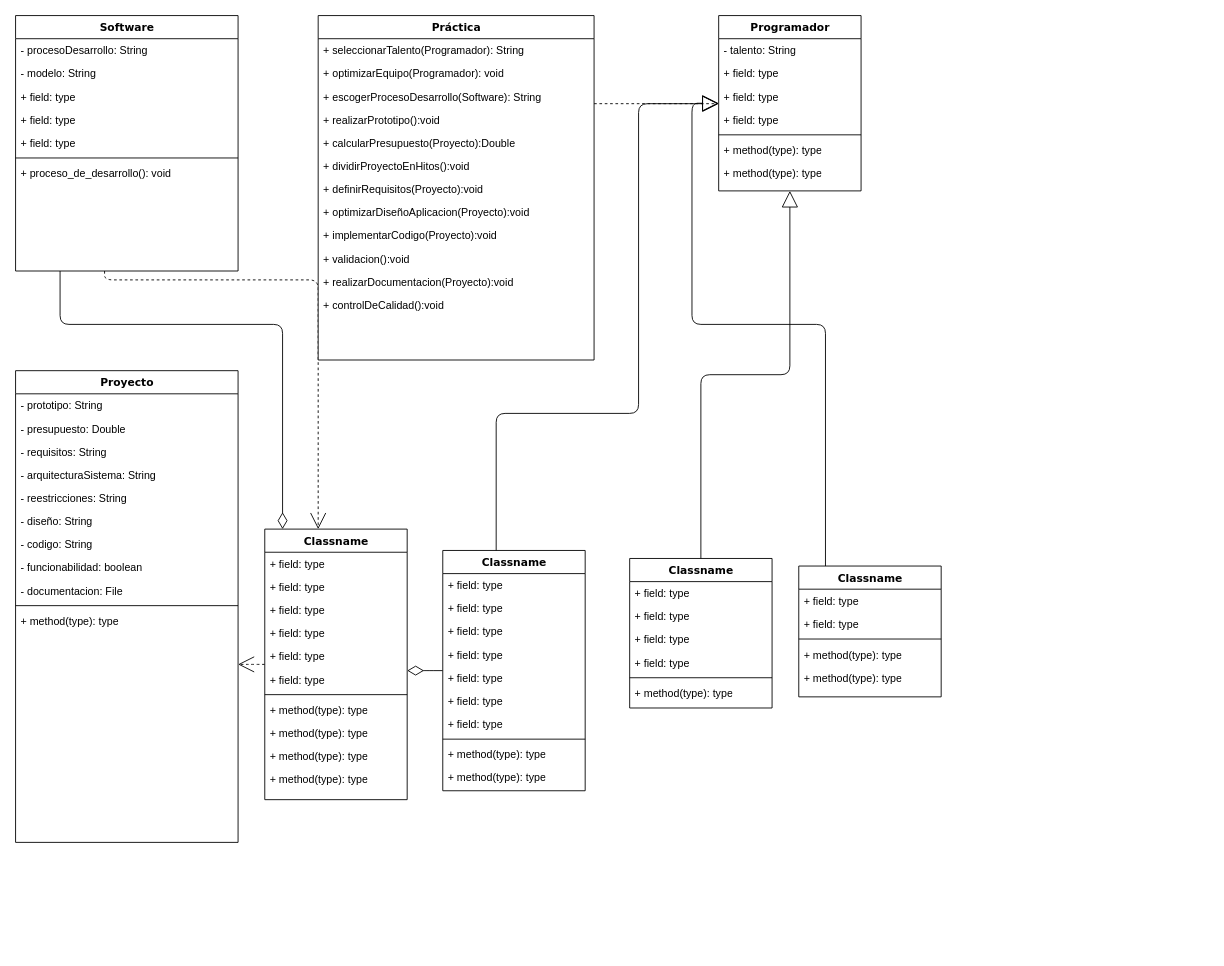
This is Untitled Diagram.drawio from NeutronBlast/IS-Ex, a draw.io file, before an edit. Source tidied: cells renumbered, new cells numbered last; positions are measured from the earlier drawing's top-left corner, leaving out a move shared by most shapes. Both pictures are drawn from the tidied source at 89%, with x=0, y=0 at pixel (15, 15).
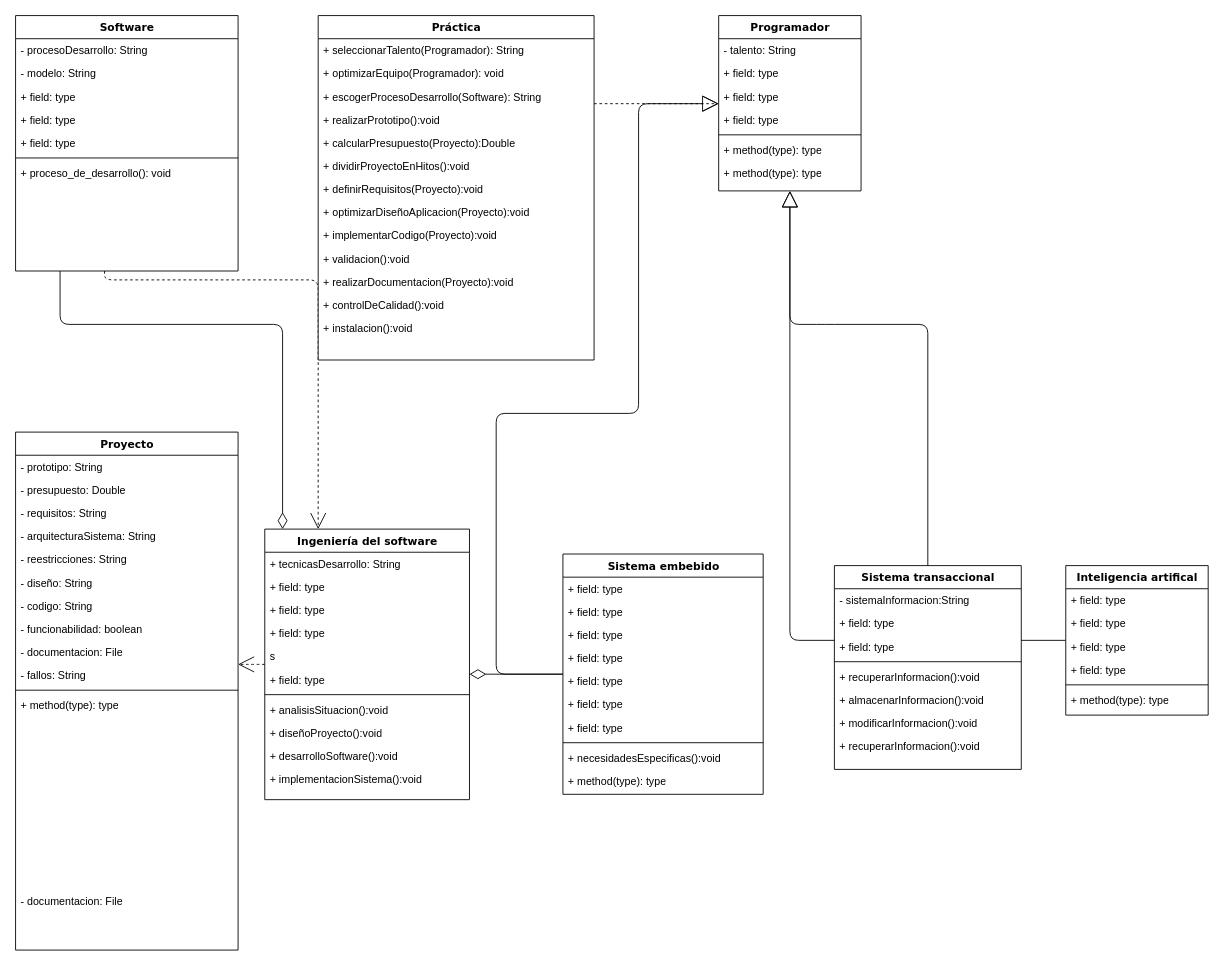
The same diagram, later.

The change refers to these unchanged cells:
```xml
<mxCell id="13" value="Práctica&lt;br&gt;" style="swimlane;html=1;fontStyle=1;align=center;verticalAlign=top;horizontal=1;startSize=26;swimlaneFillColor=#ffffff;rounded=0;shadow=0;comic=0;labelBackgroundColor=none;strokeColor=#000000;strokeWidth=1;fillColor=none;fontFamily=Verdana;fontSize=12;fontColor=#000000;" parent="1" vertex="1">
  <mxGeometry x="340" width="310" height="387" as="geometry" />
</mxCell>
```

Change to the diagram source:
```diff
@@
+    <mxCell id="87" value="+ instalacion():void&lt;br&gt;" style="text;html=1;strokeColor=none;fillColor=none;align=left;verticalAlign=top;spacingLeft=4;spacingRight=4;whiteSpace=wrap;overflow=hidden;" parent="13" vertex="1">
+      <mxGeometry y="338" width="310" height="26" as="geometry" />
+    </mxCell>
@@
     <mxCell id="35" value="Proyecto" style="swimlane;html=1;fontStyle=1;align=center;verticalAlign=top;horizontal=1;startSize=26;swimlaneFillColor=#ffffff;rounded=0;shadow=0;comic=0;labelBackgroundColor=none;strokeColor=#000000;strokeWidth=1;fillColor=none;fontFamily=Verdana;fontSize=12;fontColor=#000000;" parent="1" vertex="1">
-      <mxGeometry y="399" width="250" height="530" as="geometry" />
+      <mxGeometry y="468" width="250" height="582" as="geometry" />
     </mxCell>
@@
+    <mxCell id="88" value="- documentacion: File" style="text;html=1;strokeColor=none;fillColor=none;align=left;verticalAlign=top;spacingLeft=4;spacingRight=4;whiteSpace=wrap;overflow=hidden;" parent="35" vertex="1">
+      <mxGeometry y="234" width="250" height="26" as="geometry" />
+    </mxCell>
-    <mxCell id="44" value="- documentacion: File" style="text;html=1;strokeColor=none;fillColor=none;align=left;verticalAlign=top;spacingLeft=4;spacingRight=4;whiteSpace=wrap;overflow=hidden;" parent="35" vertex="1">
-      <mxGeometry y="234" width="250" height="26" as="geometry" />
+    <mxCell id="44" value="- fallos: String" style="text;html=1;strokeColor=none;fillColor=none;align=left;verticalAlign=top;spacingLeft=4;spacingRight=4;whiteSpace=wrap;overflow=hidden;" parent="35" vertex="1">
+      <mxGeometry y="260" width="250" height="26" as="geometry" />
     </mxCell>
     <mxCell id="45" style="line;html=1;strokeWidth=1;fillColor=none;align=left;verticalAlign=middle;spacingTop=-1;spacingLeft=3;spacingRight=3;labelPosition=right;" parent="35" vertex="1">
-      <mxGeometry y="260" width="250" height="8" as="geometry" />
+      <mxGeometry y="286" width="250" height="8" as="geometry" />
     </mxCell>
     <mxCell id="46" value="+ method(type): type" style="text;html=1;strokeColor=none;fillColor=none;align=left;verticalAlign=top;spacingLeft=4;spacingRight=4;whiteSpace=wrap;overflow=hidden;" parent="35" vertex="1">
-      <mxGeometry y="268" width="250" height="262" as="geometry" />
+      <mxGeometry y="294" width="250" height="220" as="geometry" />
     </mxCell>
+    <mxCell id="89" value="- documentacion: File" style="text;html=1;strokeColor=none;fillColor=none;align=left;verticalAlign=top;spacingLeft=4;spacingRight=4;whiteSpace=wrap;overflow=hidden;" parent="35" vertex="1">
+      <mxGeometry y="514" width="250" height="26" as="geometry" />
+    </mxCell>
@@
-    <mxCell id="48" value="Classname" style="swimlane;html=1;fontStyle=1;align=center;verticalAlign=top;horizontal=1;startSize=26;swimlaneFillColor=#ffffff;rounded=0;shadow=0;comic=0;labelBackgroundColor=none;strokeColor=#000000;strokeWidth=1;fillColor=none;fontFamily=Verdana;fontSize=12;fontColor=#000000;" parent="1" vertex="1">
-      <mxGeometry x="280" y="577" width="160" height="304" as="geometry" />
+    <mxCell id="48" value="Ingeniería del software" style="swimlane;html=1;fontStyle=1;align=center;verticalAlign=top;horizontal=1;startSize=26;swimlaneFillColor=#ffffff;rounded=0;shadow=0;comic=0;labelBackgroundColor=none;strokeColor=#000000;strokeWidth=1;fillColor=none;fontFamily=Verdana;fontSize=12;fontColor=#000000;" parent="1" vertex="1">
+      <mxGeometry x="280" y="577" width="230" height="304" as="geometry" />
     </mxCell>
-    <mxCell id="49" value="+ field: type" style="text;html=1;strokeColor=none;fillColor=none;align=left;verticalAlign=top;spacingLeft=4;spacingRight=4;whiteSpace=wrap;overflow=hidden;" parent="48" vertex="1">
-      <mxGeometry y="26" width="160" height="26" as="geometry" />
+    <mxCell id="49" value="+ tecnicasDesarrollo: String" style="text;html=1;strokeColor=none;fillColor=none;align=left;verticalAlign=top;spacingLeft=4;spacingRight=4;whiteSpace=wrap;overflow=hidden;" parent="48" vertex="1">
+      <mxGeometry y="26" width="230" height="26" as="geometry" />
     </mxCell>
     <mxCell id="50" value="+ field: type" style="text;html=1;strokeColor=none;fillColor=none;align=left;verticalAlign=top;spacingLeft=4;spacingRight=4;whiteSpace=wrap;overflow=hidden;" parent="48" vertex="1">
-      <mxGeometry y="52" width="160" height="26" as="geometry" />
+      <mxGeometry y="52" width="230" height="26" as="geometry" />
     </mxCell>
     <mxCell id="51" value="+ field: type" style="text;html=1;strokeColor=none;fillColor=none;align=left;verticalAlign=top;spacingLeft=4;spacingRight=4;whiteSpace=wrap;overflow=hidden;" parent="48" vertex="1">
-      <mxGeometry y="78" width="160" height="26" as="geometry" />
+      <mxGeometry y="78" width="230" height="26" as="geometry" />
     </mxCell>
     <mxCell id="52" value="+ field: type" style="text;html=1;strokeColor=none;fillColor=none;align=left;verticalAlign=top;spacingLeft=4;spacingRight=4;whiteSpace=wrap;overflow=hidden;" parent="48" vertex="1">
-      <mxGeometry y="104" width="160" height="26" as="geometry" />
+      <mxGeometry y="104" width="230" height="26" as="geometry" />
     </mxCell>
-    <mxCell id="53" value="+ field: type" style="text;html=1;strokeColor=none;fillColor=none;align=left;verticalAlign=top;spacingLeft=4;spacingRight=4;whiteSpace=wrap;overflow=hidden;" parent="48" vertex="1">
-      <mxGeometry y="130" width="160" height="26" as="geometry" />
+    <mxCell id="53" value="s&lt;br&gt;" style="text;html=1;strokeColor=none;fillColor=none;align=left;verticalAlign=top;spacingLeft=4;spacingRight=4;whiteSpace=wrap;overflow=hidden;" parent="48" vertex="1">
+      <mxGeometry y="130" width="230" height="26" as="geometry" />
     </mxCell>
     <mxCell id="54" value="+ field: type" style="text;html=1;strokeColor=none;fillColor=none;align=left;verticalAlign=top;spacingLeft=4;spacingRight=4;whiteSpace=wrap;overflow=hidden;" parent="48" vertex="1">
-      <mxGeometry y="156" width="160" height="26" as="geometry" />
+      <mxGeometry y="156" width="230" height="26" as="geometry" />
     </mxCell>
     <mxCell id="55" style="line;html=1;strokeWidth=1;fillColor=none;align=left;verticalAlign=middle;spacingTop=-1;spacingLeft=3;spacingRight=3;labelPosition=right;" parent="48" vertex="1">
-      <mxGeometry y="182" width="160" height="8" as="geometry" />
+      <mxGeometry y="182" width="230" height="8" as="geometry" />
     </mxCell>
-    <mxCell id="56" value="+ method(type): type" style="text;html=1;strokeColor=none;fillColor=none;align=left;verticalAlign=top;spacingLeft=4;spacingRight=4;whiteSpace=wrap;overflow=hidden;" parent="48" vertex="1">
-      <mxGeometry y="190" width="160" height="26" as="geometry" />
+    <mxCell id="56" value="+ analisisSituacion():void" style="text;html=1;strokeColor=none;fillColor=none;align=left;verticalAlign=top;spacingLeft=4;spacingRight=4;whiteSpace=wrap;overflow=hidden;" parent="48" vertex="1">
+      <mxGeometry y="190" width="230" height="26" as="geometry" />
     </mxCell>
-    <mxCell id="57" value="+ method(type): type" style="text;html=1;strokeColor=none;fillColor=none;align=left;verticalAlign=top;spacingLeft=4;spacingRight=4;whiteSpace=wrap;overflow=hidden;" parent="48" vertex="1">
-      <mxGeometry y="216" width="160" height="26" as="geometry" />
+    <mxCell id="57" value="+ diseñoProyecto():void" style="text;html=1;strokeColor=none;fillColor=none;align=left;verticalAlign=top;spacingLeft=4;spacingRight=4;whiteSpace=wrap;overflow=hidden;" parent="48" vertex="1">
+      <mxGeometry y="216" width="230" height="26" as="geometry" />
     </mxCell>
-    <mxCell id="58" value="+ method(type): type" style="text;html=1;strokeColor=none;fillColor=none;align=left;verticalAlign=top;spacingLeft=4;spacingRight=4;whiteSpace=wrap;overflow=hidden;" parent="48" vertex="1">
-      <mxGeometry y="242" width="160" height="26" as="geometry" />
+    <mxCell id="58" value="+ desarrolloSoftware():void" style="text;html=1;strokeColor=none;fillColor=none;align=left;verticalAlign=top;spacingLeft=4;spacingRight=4;whiteSpace=wrap;overflow=hidden;" parent="48" vertex="1">
+      <mxGeometry y="242" width="230" height="26" as="geometry" />
     </mxCell>
-    <mxCell id="59" value="+ method(type): type" style="text;html=1;strokeColor=none;fillColor=none;align=left;verticalAlign=top;spacingLeft=4;spacingRight=4;whiteSpace=wrap;overflow=hidden;" parent="48" vertex="1">
-      <mxGeometry y="268" width="160" height="26" as="geometry" />
+    <mxCell id="59" value="+ implementacionSistema():void" style="text;html=1;strokeColor=none;fillColor=none;align=left;verticalAlign=top;spacingLeft=4;spacingRight=4;whiteSpace=wrap;overflow=hidden;" parent="48" vertex="1">
+      <mxGeometry y="268" width="230" height="26" as="geometry" />
     </mxCell>
@@
-    <mxCell id="61" value="Classname" style="swimlane;html=1;fontStyle=1;align=center;verticalAlign=top;horizontal=1;startSize=26;swimlaneFillColor=#ffffff;rounded=0;shadow=0;comic=0;labelBackgroundColor=none;strokeColor=#000000;strokeWidth=1;fillColor=none;fontFamily=Verdana;fontSize=12;fontColor=#000000;" parent="1" vertex="1">
-      <mxGeometry x="480" y="601" width="160" height="270" as="geometry" />
+    <mxCell id="61" value="Sistema embebido" style="swimlane;html=1;fontStyle=1;align=center;verticalAlign=top;horizontal=1;startSize=26;swimlaneFillColor=#ffffff;rounded=0;shadow=0;comic=0;labelBackgroundColor=none;strokeColor=#000000;strokeWidth=1;fillColor=none;fontFamily=Verdana;fontSize=12;fontColor=#000000;" parent="1" vertex="1">
+      <mxGeometry x="615" y="605" width="225" height="270" as="geometry" />
     </mxCell>
     <mxCell id="62" value="+ field: type" style="text;html=1;strokeColor=none;fillColor=none;align=left;verticalAlign=top;spacingLeft=4;spacingRight=4;whiteSpace=wrap;overflow=hidden;" parent="61" vertex="1">
-      <mxGeometry y="26" width="160" height="26" as="geometry" />
+      <mxGeometry y="26" width="225" height="26" as="geometry" />
     </mxCell>
     <mxCell id="63" value="+ field: type" style="text;html=1;strokeColor=none;fillColor=none;align=left;verticalAlign=top;spacingLeft=4;spacingRight=4;whiteSpace=wrap;overflow=hidden;" parent="61" vertex="1">
-      <mxGeometry y="52" width="160" height="26" as="geometry" />
+      <mxGeometry y="52" width="225" height="26" as="geometry" />
     </mxCell>
     <mxCell id="64" value="+ field: type" style="text;html=1;strokeColor=none;fillColor=none;align=left;verticalAlign=top;spacingLeft=4;spacingRight=4;whiteSpace=wrap;overflow=hidden;" parent="61" vertex="1">
-      <mxGeometry y="78" width="160" height="26" as="geometry" />
+      <mxGeometry y="78" width="225" height="26" as="geometry" />
     </mxCell>
     <mxCell id="65" value="+ field: type" style="text;html=1;strokeColor=none;fillColor=none;align=left;verticalAlign=top;spacingLeft=4;spacingRight=4;whiteSpace=wrap;overflow=hidden;" parent="61" vertex="1">
-      <mxGeometry y="104" width="160" height="26" as="geometry" />
+      <mxGeometry y="104" width="225" height="26" as="geometry" />
     </mxCell>
     <mxCell id="66" value="+ field: type" style="text;html=1;strokeColor=none;fillColor=none;align=left;verticalAlign=top;spacingLeft=4;spacingRight=4;whiteSpace=wrap;overflow=hidden;" parent="61" vertex="1">
-      <mxGeometry y="130" width="160" height="26" as="geometry" />
+      <mxGeometry y="130" width="225" height="26" as="geometry" />
     </mxCell>
     <mxCell id="67" value="+ field: type" style="text;html=1;strokeColor=none;fillColor=none;align=left;verticalAlign=top;spacingLeft=4;spacingRight=4;whiteSpace=wrap;overflow=hidden;" parent="61" vertex="1">
-      <mxGeometry y="156" width="160" height="26" as="geometry" />
+      <mxGeometry y="156" width="225" height="26" as="geometry" />
     </mxCell>
     <mxCell id="68" value="+ field: type" style="text;html=1;strokeColor=none;fillColor=none;align=left;verticalAlign=top;spacingLeft=4;spacingRight=4;whiteSpace=wrap;overflow=hidden;" parent="61" vertex="1">
-      <mxGeometry y="182" width="160" height="26" as="geometry" />
+      <mxGeometry y="182" width="225" height="26" as="geometry" />
     </mxCell>
     <mxCell id="69" style="line;html=1;strokeWidth=1;fillColor=none;align=left;verticalAlign=middle;spacingTop=-1;spacingLeft=3;spacingRight=3;labelPosition=right;" parent="61" vertex="1">
-      <mxGeometry y="208" width="160" height="8" as="geometry" />
+      <mxGeometry y="208" width="225" height="8" as="geometry" />
     </mxCell>
-    <mxCell id="70" value="+ method(type): type" style="text;html=1;strokeColor=none;fillColor=none;align=left;verticalAlign=top;spacingLeft=4;spacingRight=4;whiteSpace=wrap;overflow=hidden;" parent="61" vertex="1">
-      <mxGeometry y="216" width="160" height="26" as="geometry" />
+    <mxCell id="70" value="+ necesidadesEspecificas():void" style="text;html=1;strokeColor=none;fillColor=none;align=left;verticalAlign=top;spacingLeft=4;spacingRight=4;whiteSpace=wrap;overflow=hidden;" parent="61" vertex="1">
+      <mxGeometry y="216" width="225" height="26" as="geometry" />
     </mxCell>
     <mxCell id="71" value="+ method(type): type" style="text;html=1;strokeColor=none;fillColor=none;align=left;verticalAlign=top;spacingLeft=4;spacingRight=4;whiteSpace=wrap;overflow=hidden;" parent="61" vertex="1">
-      <mxGeometry y="242" width="160" height="26" as="geometry" />
+      <mxGeometry y="242" width="225" height="26" as="geometry" />
     </mxCell>
@@
-    <mxCell id="73" value="Classname" style="swimlane;html=1;fontStyle=1;align=center;verticalAlign=top;horizontal=1;startSize=26;swimlaneFillColor=#ffffff;rounded=0;shadow=0;comic=0;labelBackgroundColor=none;strokeColor=#000000;strokeWidth=1;fillColor=none;fontFamily=Verdana;fontSize=12;fontColor=#000000;" parent="1" vertex="1">
-      <mxGeometry x="690" y="610" width="160" height="168" as="geometry" />
+    <mxCell id="73" value="Inteligencia artifical" style="swimlane;html=1;fontStyle=1;align=center;verticalAlign=top;horizontal=1;startSize=26;swimlaneFillColor=#ffffff;rounded=0;shadow=0;comic=0;labelBackgroundColor=none;strokeColor=#000000;strokeWidth=1;fillColor=none;fontFamily=Verdana;fontSize=12;fontColor=#000000;" parent="1" vertex="1">
+      <mxGeometry x="1180" y="618" width="160" height="168" as="geometry" />
     </mxCell>
@@
-    <mxCell id="81" value="Classname" style="swimlane;html=1;fontStyle=1;align=center;verticalAlign=top;horizontal=1;startSize=26;swimlaneFillColor=#ffffff;rounded=0;shadow=0;comic=0;labelBackgroundColor=none;strokeColor=#000000;strokeWidth=1;fillColor=none;fontFamily=Verdana;fontSize=12;fontColor=#000000;" parent="1" vertex="1">
-      <mxGeometry x="880" y="618.5" width="160" height="147" as="geometry" />
+    <mxCell id="81" value="Sistema transaccional" style="swimlane;html=1;fontStyle=1;align=center;verticalAlign=top;horizontal=1;startSize=26;swimlaneFillColor=#ffffff;rounded=0;shadow=0;comic=0;labelBackgroundColor=none;strokeColor=#000000;strokeWidth=1;fillColor=none;fontFamily=Verdana;fontSize=12;fontColor=#000000;" parent="1" vertex="1">
+      <mxGeometry x="920" y="618" width="210" height="229" as="geometry" />
     </mxCell>
-    <mxCell id="82" value="+ field: type" style="text;html=1;strokeColor=none;fillColor=none;align=left;verticalAlign=top;spacingLeft=4;spacingRight=4;whiteSpace=wrap;overflow=hidden;" parent="81" vertex="1">
-      <mxGeometry y="26" width="160" height="26" as="geometry" />
+    <mxCell id="82" value="- sistemaInformacion:String" style="text;html=1;strokeColor=none;fillColor=none;align=left;verticalAlign=top;spacingLeft=4;spacingRight=4;whiteSpace=wrap;overflow=hidden;" parent="81" vertex="1">
+      <mxGeometry y="26" width="210" height="26" as="geometry" />
     </mxCell>
+    <mxCell id="90" value="+ field: type" style="text;html=1;strokeColor=none;fillColor=none;align=left;verticalAlign=top;spacingLeft=4;spacingRight=4;whiteSpace=wrap;overflow=hidden;" parent="81" vertex="1">
+      <mxGeometry y="52" width="210" height="26" as="geometry" />
+    </mxCell>
     <mxCell id="83" value="+ field: type" style="text;html=1;strokeColor=none;fillColor=none;align=left;verticalAlign=top;spacingLeft=4;spacingRight=4;whiteSpace=wrap;overflow=hidden;" parent="81" vertex="1">
-      <mxGeometry y="52" width="160" height="26" as="geometry" />
+      <mxGeometry y="78" width="210" height="26" as="geometry" />
     </mxCell>
     <mxCell id="84" style="line;html=1;strokeWidth=1;fillColor=none;align=left;verticalAlign=middle;spacingTop=-1;spacingLeft=3;spacingRight=3;labelPosition=right;" parent="81" vertex="1">
-      <mxGeometry y="78" width="160" height="8" as="geometry" />
+      <mxGeometry y="104" width="210" height="8" as="geometry" />
     </mxCell>
-    <mxCell id="85" value="+ method(type): type" style="text;html=1;strokeColor=none;fillColor=none;align=left;verticalAlign=top;spacingLeft=4;spacingRight=4;whiteSpace=wrap;overflow=hidden;" parent="81" vertex="1">
-      <mxGeometry y="86" width="160" height="26" as="geometry" />
+    <mxCell id="85" value="+ recuperarInformacion():void" style="text;html=1;strokeColor=none;fillColor=none;align=left;verticalAlign=top;spacingLeft=4;spacingRight=4;whiteSpace=wrap;overflow=hidden;" parent="81" vertex="1">
+      <mxGeometry y="112" width="210" height="26" as="geometry" />
     </mxCell>
-    <mxCell id="86" value="+ method(type): type" style="text;html=1;strokeColor=none;fillColor=none;align=left;verticalAlign=top;spacingLeft=4;spacingRight=4;whiteSpace=wrap;overflow=hidden;" parent="81" vertex="1">
-      <mxGeometry y="112" width="160" height="26" as="geometry" />
+    <mxCell id="86" value="+ almacenarInformacion():void" style="text;html=1;strokeColor=none;fillColor=none;align=left;verticalAlign=top;spacingLeft=4;spacingRight=4;whiteSpace=wrap;overflow=hidden;" parent="81" vertex="1">
+      <mxGeometry y="138" width="210" height="26" as="geometry" />
     </mxCell>
+    <mxCell id="91" value="+ modificarInformacion():void" style="text;html=1;strokeColor=none;fillColor=none;align=left;verticalAlign=top;spacingLeft=4;spacingRight=4;whiteSpace=wrap;overflow=hidden;" parent="81" vertex="1">
+      <mxGeometry y="164" width="210" height="26" as="geometry" />
+    </mxCell>
+    <mxCell id="92" value="+ recuperarInformacion():void" style="text;html=1;strokeColor=none;fillColor=none;align=left;verticalAlign=top;spacingLeft=4;spacingRight=4;whiteSpace=wrap;overflow=hidden;" parent="81" vertex="1">
+      <mxGeometry y="190" width="210" height="26" as="geometry" />
+    </mxCell>
```
